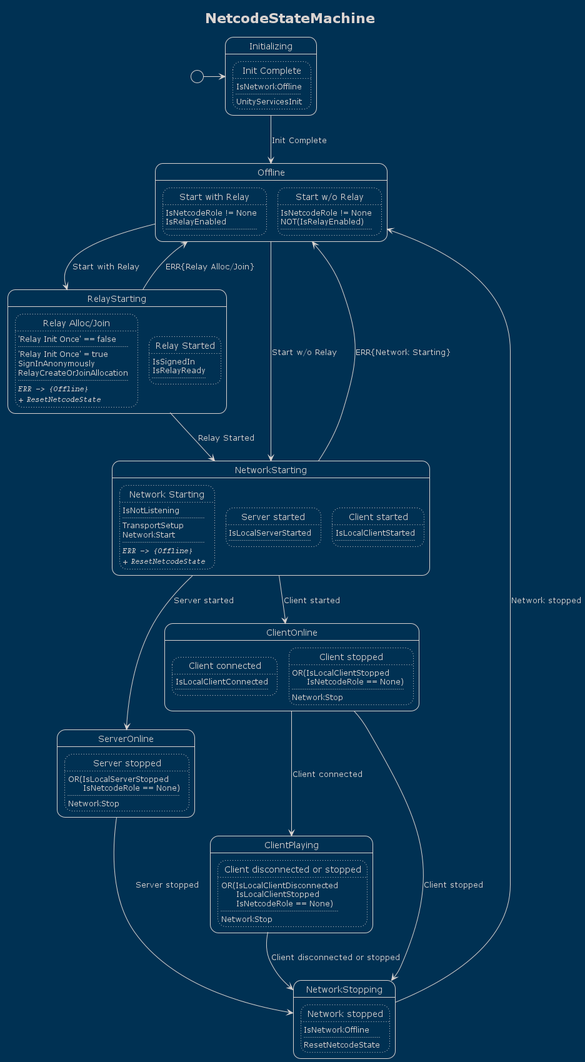
Before: PlantUML Diagrams/CodeSmile.BetterNetcode.Network.NetcodeState-NetcodeStateMachine.png, a diagram exported from PlantUML (CodeSmile-0000011110110111/WriteBetterNetcode). Its diagram source:
```plantuml
@startuml

!theme blueprint
hide empty description

title NetcodeStateMachine

state "Initializing" as state0
state state0 {
	state "Init Complete" as state0_trans0
	state state0_trans0 #line.dotted {
		state0_trans0 : IsNetworkOffline
		state0_trans0 : ....
		state0_trans0 : UnityServicesInit
	}
}
state "Offline" as state1
state state1 {
	state "Start with Relay" as state1_trans0
	state state1_trans0 #line.dotted {
		state1_trans0 : IsNetcodeRole != None
		state1_trans0 : IsRelayEnabled
		state1_trans0 : ....
	}
	state "Start w/o Relay" as state1_trans1
	state state1_trans1 #line.dotted {
		state1_trans1 : IsNetcodeRole != None
		state1_trans1 : NOT(IsRelayEnabled)
		state1_trans1 : ....
	}
}
state "RelayStarting" as state2
state state2 {
	state "Relay Alloc/Join" as state2_trans0
	state state2_trans0 #line.dotted {
		state2_trans0 : 'Relay Init Once' == false
		state2_trans0 : ....
		state2_trans0 : 'Relay Init Once' = true
		state2_trans0 : SignInAnonymously
		state2_trans0 : RelayCreateOrJoinAllocation
		state2_trans0 : ....
		state2_trans0 : ==== ""ERR -> {Offline}""
		state2_trans0 : ==== + ""ResetNetcodeState""
	}
	state "Relay Started" as state2_trans1
	state state2_trans1 #line.dotted {
		state2_trans1 : IsSignedIn
		state2_trans1 : IsRelayReady
		state2_trans1 : ....
	}
}
state "NetworkStarting" as state3
state state3 {
	state "Network Starting" as state3_trans0
	state state3_trans0 #line.dotted {
		state3_trans0 : IsNotListening
		state3_trans0 : ....
		state3_trans0 : TransportSetup
		state3_trans0 : NetworkStart
		state3_trans0 : ....
		state3_trans0 : ==== ""ERR -> {Offline}""
		state3_trans0 : ==== + ""ResetNetcodeState""
	}
	state "Server started" as state3_trans1
	state state3_trans1 #line.dotted {
		state3_trans1 : IsLocalServerStarted
		state3_trans1 : ....
	}
	state "Client started" as state3_trans2
	state state3_trans2 #line.dotted {
		state3_trans2 : IsLocalClientStarted
		state3_trans2 : ....
	}
}
state "ServerOnline" as state4
state state4 {
	state "Server stopped" as state4_trans0
	state state4_trans0 #line.dotted {
		state4_trans0 : OR(IsLocalServerStopped\n      IsNetcodeRole == None)
		state4_trans0 : ....
		state4_trans0 : NetworkStop
	}
}
state "ClientOnline" as state5
state state5 {
	state "Client connected" as state5_trans0
	state state5_trans0 #line.dotted {
		state5_trans0 : IsLocalClientConnected
		state5_trans0 : ....
	}
	state "Client stopped" as state5_trans1
	state state5_trans1 #line.dotted {
		state5_trans1 : OR(IsLocalClientStopped\n      IsNetcodeRole == None)
		state5_trans1 : ....
		state5_trans1 : NetworkStop
	}
}
state "ClientPlaying" as state6
state state6 {
	state "Client disconnected or stopped" as state6_trans0
	state state6_trans0 #line.dotted {
		state6_trans0 : OR(IsLocalClientDisconnected\n      IsLocalClientStopped\n      IsNetcodeRole == None)
		state6_trans0 : ....
		state6_trans0 : NetworkStop
	}
}
state "NetworkStopping" as state7
state state7 {
	state "Network stopped" as state7_trans0
	state state7_trans0 #line.dotted {
		state7_trans0 : IsNetworkOffline
		state7_trans0 : ....
		state7_trans0 : ResetNetcodeState
	}
}


[*] -> state0
state0 --> state1 : Init Complete
state1 --> state2 : Start with Relay
state1 --> state3 : Start w/o Relay
state2 --> state1 : ERR{Relay Alloc/Join}
state2 --> state3 : Relay Started
state3 --> state1 : ERR{Network Starting}
state3 --> state4 : Server started
state3 --> state5 : Client started
state4 --> state7 : Server stopped
state5 --> state6 : Client connected
state5 --> state7 : Client stopped
state6 --> state7 : Client disconnected or stopped
state7 --> state1 : Network stopped


@enduml
```
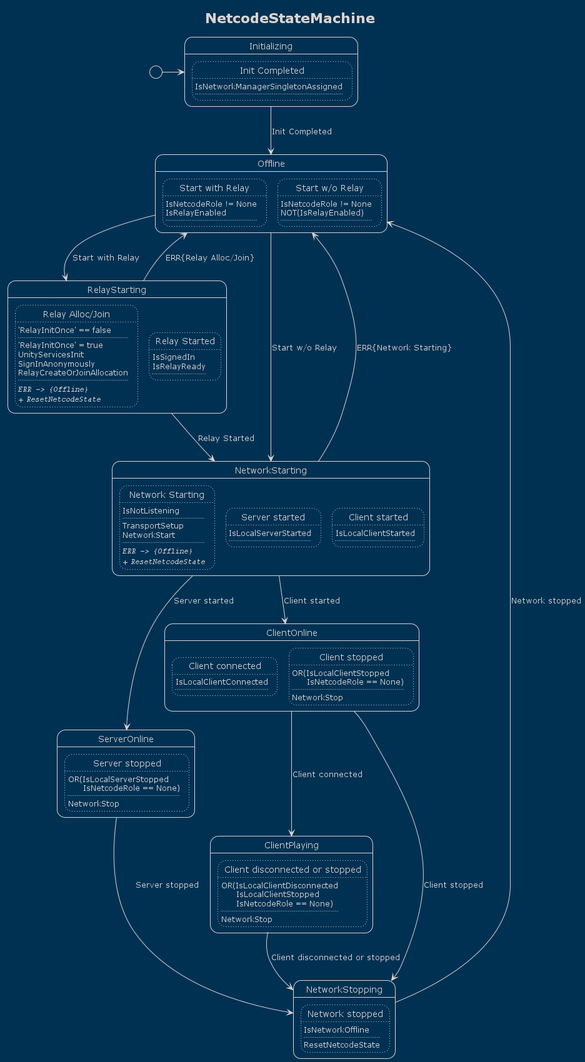
The same file after the commit.

Commit message:
update NetcodeState SM diagram

Change to the diagram source:
```diff
@@ -7,11 +7,10 @@
 
 state "Initializing" as state0
 state state0 {
-	state "Init Complete" as state0_trans0
+	state "Init Completed" as state0_trans0
 	state state0_trans0 #line.dotted {
-		state0_trans0 : IsNetworkOffline
+		state0_trans0 : IsNetworkManagerSingletonAssigned
 		state0_trans0 : ....
-		state0_trans0 : UnityServicesInit
 	}
 }
 state "Offline" as state1
@@ -33,9 +32,10 @@
 state state2 {
 	state "Relay Alloc/Join" as state2_trans0
 	state state2_trans0 #line.dotted {
-		state2_trans0 : 'Relay Init Once' == false
+		state2_trans0 : 'RelayInitOnce' == false
 		state2_trans0 : ....
-		state2_trans0 : 'Relay Init Once' = true
+		state2_trans0 : 'RelayInitOnce' = true
+		state2_trans0 : UnityServicesInit
 		state2_trans0 : SignInAnonymously
 		state2_trans0 : RelayCreateOrJoinAllocation
 		state2_trans0 : ....
@@ -116,7 +116,7 @@
 
 
 [*] -> state0
-state0 --> state1 : Init Complete
+state0 --> state1 : Init Completed
 state1 --> state2 : Start with Relay
 state1 --> state3 : Start w/o Relay
 state2 --> state1 : ERR{Relay Alloc/Join}
```
